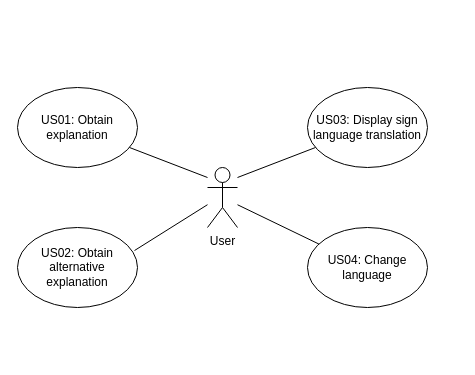
Earlier version of the draw.io diagram diagrams/usecasediagram.drawio (whzd/thesis). Source tidied: cells renumbered, new cells numbered last; positions are measured from the earlier drawing's top-left corner, leaving out a move shared by most shapes. Both pictures are drawn from the tidied source at 100%, with x=0, y=0 at pixel (17, 87).
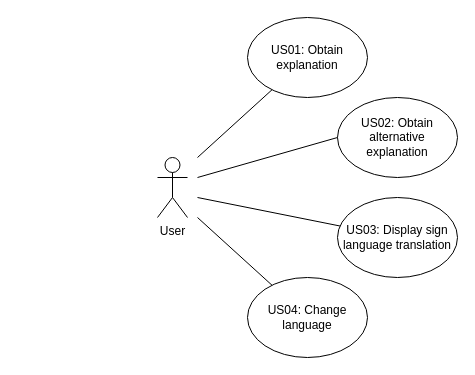
After the change.

What changed in the source:
```diff
@@
 <mxGraphModel>
   <root>
     <mxCell id="0" />
     <mxCell id="1" parent="0" />
     <mxCell id="2" value="User" style="shape=umlActor;verticalLabelPosition=bottom;verticalAlign=top;html=1;outlineConnect=0;" parent="1" vertex="1">
-      <mxGeometry x="190" y="80" width="30" height="60" as="geometry" />
+      <mxGeometry x="140" y="70" width="30" height="60" as="geometry" />
     </mxCell>
     <mxCell id="3" value="US01: Obtain explanation" style="ellipse;whiteSpace=wrap;html=1;" parent="1" vertex="1">
-      <mxGeometry width="120" height="80" as="geometry" />
+      <mxGeometry x="230" y="-70" width="120" height="80" as="geometry" />
     </mxCell>
     <mxCell id="4" value="US02: Obtain alternative explanation" style="ellipse;whiteSpace=wrap;html=1;" parent="1" vertex="1">
-      <mxGeometry y="140" width="120" height="80" as="geometry" />
+      <mxGeometry x="320" y="10" width="120" height="80" as="geometry" />
     </mxCell>
     <mxCell id="5" value="&lt;div&gt;US03: Display sign language translation&lt;/div&gt;" style="ellipse;whiteSpace=wrap;html=1;" parent="1" vertex="1">
-      <mxGeometry x="290" width="120" height="80" as="geometry" />
+      <mxGeometry x="320" y="110" width="120" height="80" as="geometry" />
     </mxCell>
     <mxCell id="6" value="US04: Change language" style="ellipse;whiteSpace=wrap;html=1;" parent="1" vertex="1">
-      <mxGeometry x="290" y="140" width="120" height="80" as="geometry" />
+      <mxGeometry x="230" y="190" width="120" height="80" as="geometry" />
     </mxCell>
     <mxCell id="7" style="endArrow=none;html=1;" parent="1" edge="1" target="5">
       <mxGeometry relative="1" as="geometry">
-        <mxPoint x="220" y="90" as="sourcePoint" />
+        <mxPoint x="180" y="110" as="sourcePoint" />
       </mxGeometry>
     </mxCell>
-    <mxCell id="8" style="endArrow=none;html=1;" parent="1" edge="1" source="2" target="6">
-      <mxGeometry relative="1" as="geometry" />
+    <mxCell id="8" style="endArrow=none;html=1;" parent="1" edge="1" target="6">
+      <mxGeometry relative="1" as="geometry">
+        <mxPoint x="180" y="130" as="sourcePoint" />
+      </mxGeometry>
     </mxCell>
     <mxCell id="9" style="endArrow=none;html=1;" parent="1" edge="1" target="3">
       <mxGeometry relative="1" as="geometry">
-        <mxPoint x="190" y="90" as="sourcePoint" />
+        <mxPoint x="180" y="70" as="sourcePoint" />
       </mxGeometry>
     </mxCell>
-    <mxCell id="10" style="endArrow=none;html=1;entryX=0.975;entryY=0.288;entryDx=0;entryDy=0;entryPerimeter=0;" parent="1" edge="1" target="4">
+    <mxCell id="10" style="endArrow=none;html=1;entryX=0;entryY=0.5;entryDx=0;entryDy=0;" parent="1" edge="1" target="4">
       <mxGeometry relative="1" as="geometry">
-        <mxPoint x="190" y="117.2" as="sourcePoint" />
+        <mxPoint x="180" y="90" as="sourcePoint" />
       </mxGeometry>
     </mxCell>
   </root>
 </mxGraphModel>
```
